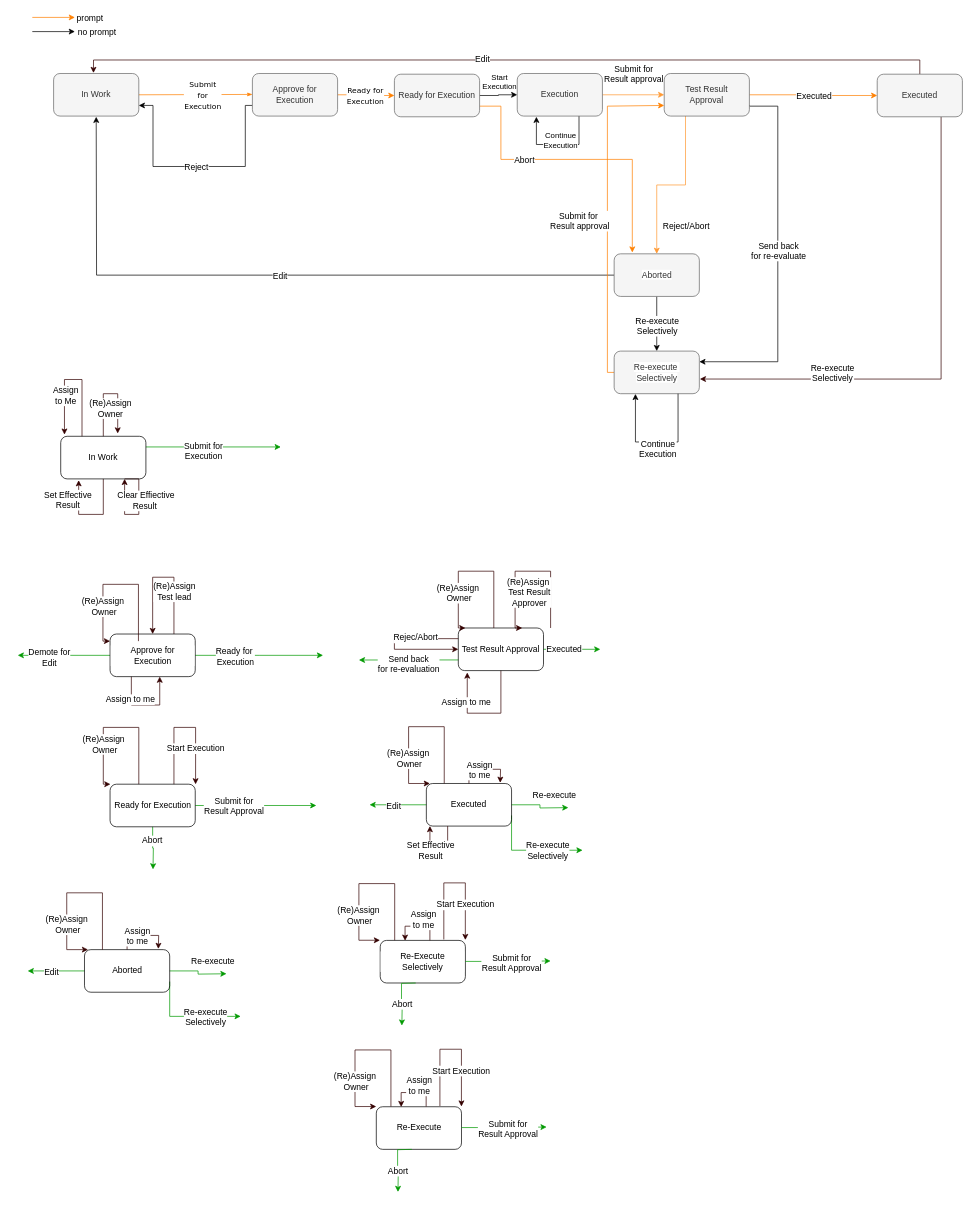
This is TestProtocolWorkflowDiagram.drawio from szvatai1985/drawio_files, a draw.io file, before an edit. Source tidied: cells renumbered, new cells numbered last; positions are measured from the earlier drawing's top-left corner, leaving out a move shared by most shapes. Both pictures are drawn from the tidied source at 71%, with x=0, y=0 at pixel (18, 17).
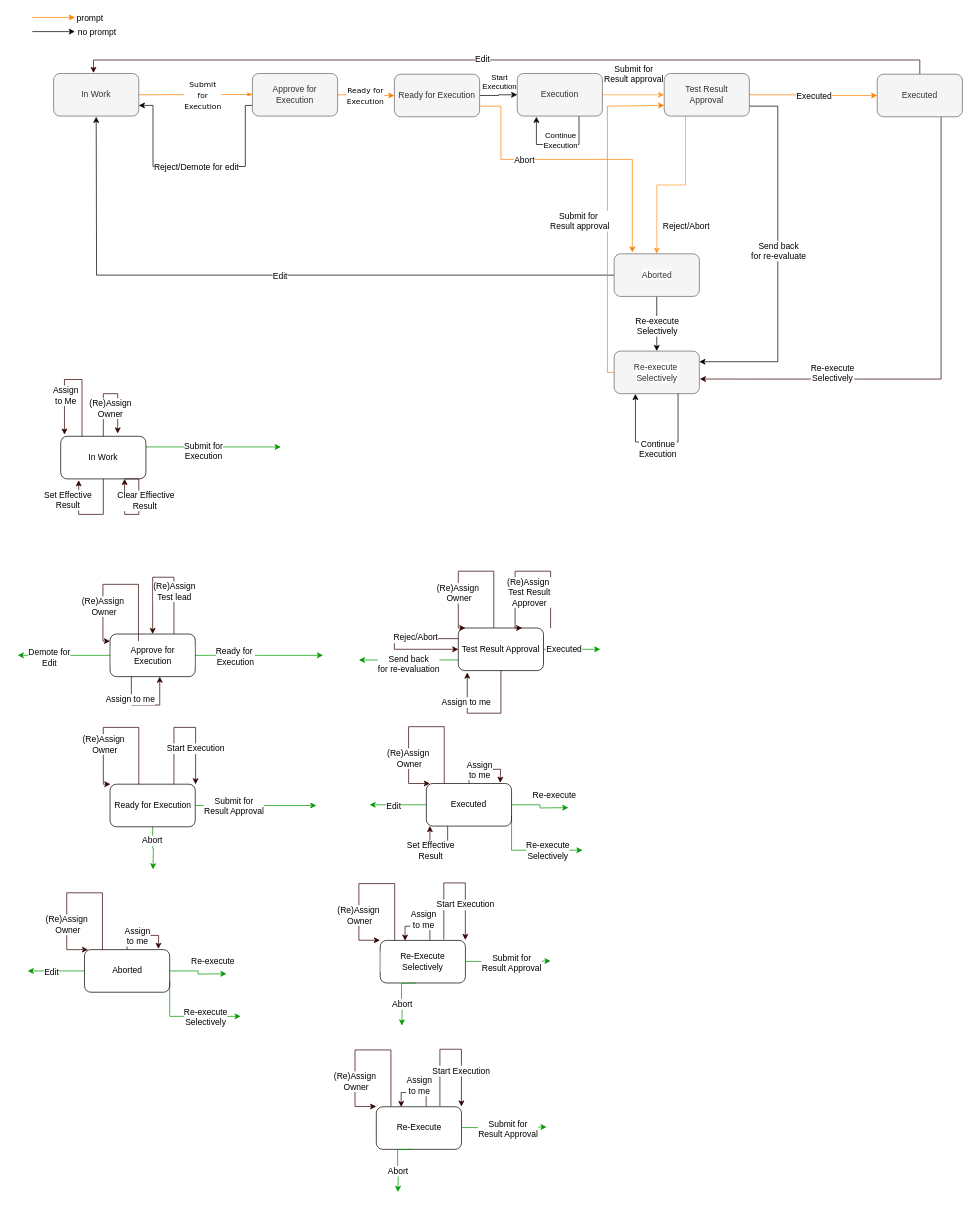
Above is the later version.

Unchanged cells that the change refers to:
```xml
<mxCell id="8" style="edgeStyle=orthogonalEdgeStyle;rounded=0;jettySize=auto;html=1;exitX=0;exitY=0.75;exitDx=0;exitDy=0;entryX=1;entryY=0.75;entryDx=0;entryDy=0;strokeColor=#000000;" parent="1" edge="1" source="10" target="5">
  <mxGeometry relative="1" as="geometry">
    <Array as="points">
      <mxPoint x="320" y="124" />
      <mxPoint x="320" y="210" />
      <mxPoint x="190" y="210" />
      <mxPoint x="190" y="124" />
    </Array>
  </mxGeometry>
</mxCell>
```

The edit, as a diff of the source:
```diff
@@
-    <mxCell id="9" value="&lt;font color=&quot;#000000&quot;&gt;Reject&lt;/font&gt;" style="text;html=1;align=center;verticalAlign=middle;labelBackgroundColor=#ffffff;" parent="8" vertex="1">
+    <mxCell id="9" value="&lt;font color=&quot;#000000&quot;&gt;Reject/Demote for edit&lt;/font&gt;" style="text;html=1;align=center;verticalAlign=middle;labelBackgroundColor=#ffffff;" parent="8" vertex="1">
       <mxGeometry x="-0.14" y="-1" relative="1" as="geometry">
         <mxPoint x="-23" y="1" as="offset" />
       </mxGeometry>
     </mxCell>
```
